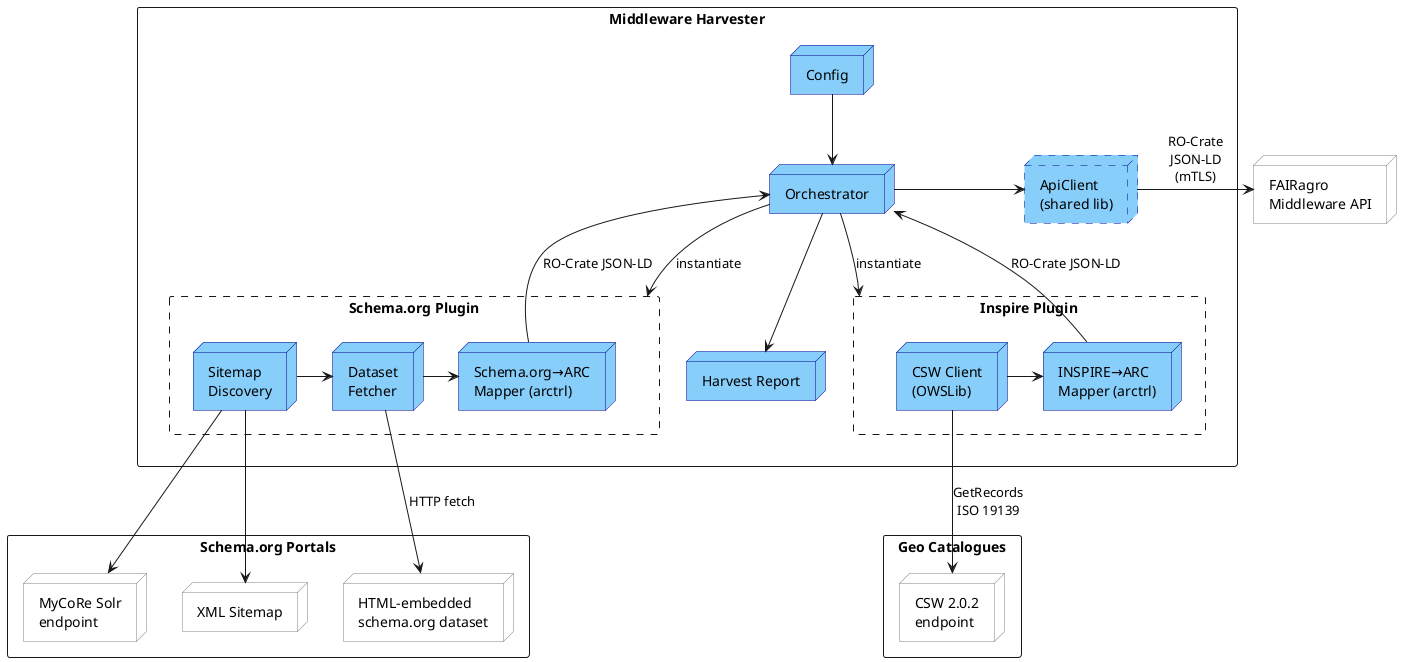
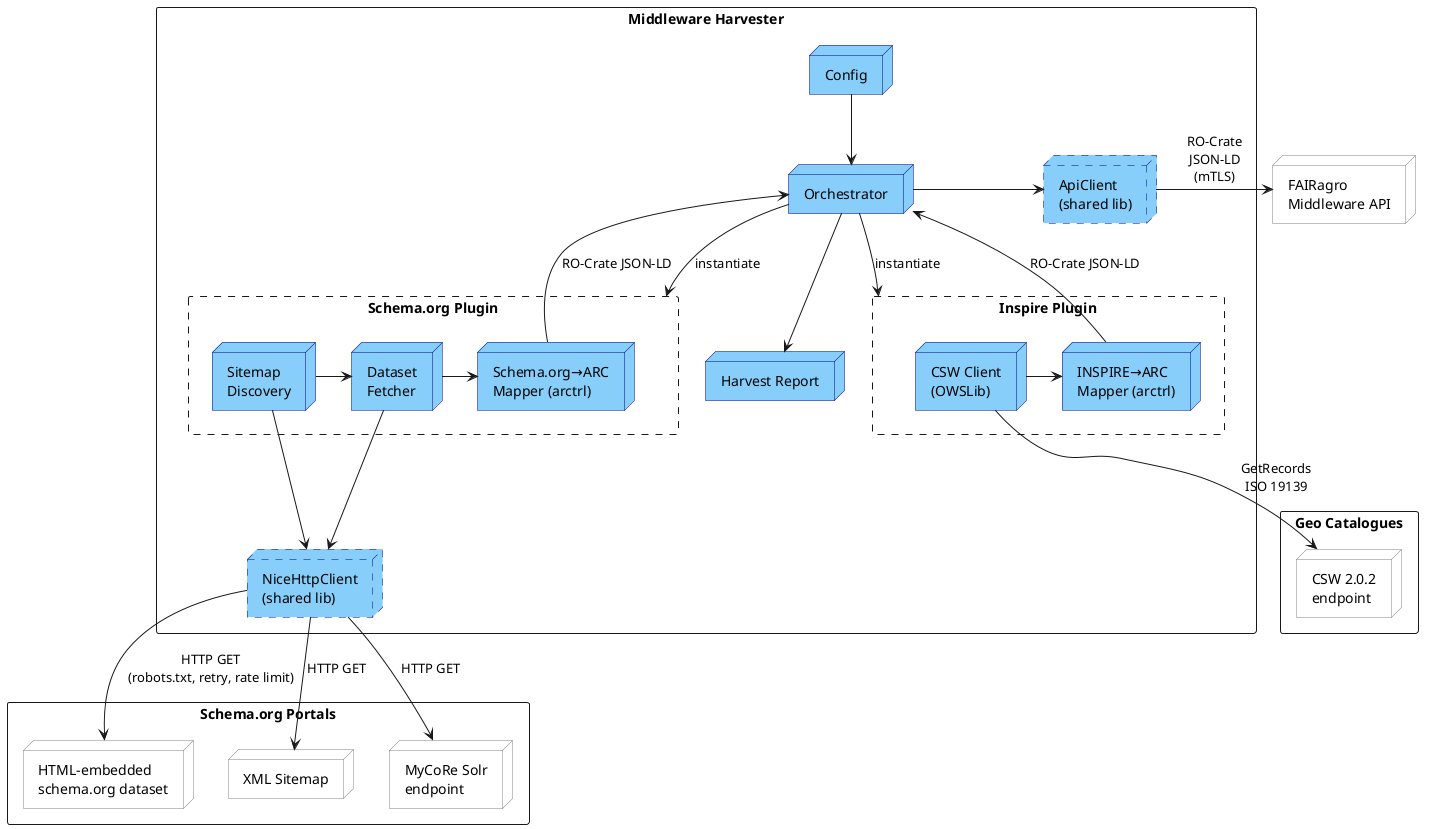
@startuml HarvesterArchitecture
skinparam packageStyle rectangle
skinparam rectangle<<dashedRect>> {
    BorderStyle dashed
}
skinparam node<<internal>> {
    BackgroundColor LightSkyBlue
    BorderColor DarkBlue
    FontColor Black
}
skinparam node<<internal-dashed>> {
    BackgroundColor LightSkyBlue
    BorderColor DarkBlue
    FontColor Black
    BorderStyle dashed
}
skinparam node<<external>> {
    BackgroundColor White
    BorderColor Gray
    FontColor Black
}
hide stereotype

package "Geo Catalogues" as geoCatalogues {
    node "CSW 2.0.2\nendpoint" as csw <<external>>
}

package "Schema.org Portals" as schemaPortals {
    node "XML Sitemap" as sitemap <<external>>
    node "MyCoRe Solr\nendpoint" as mycoreSolr <<external>>
    node "HTML-embedded\nschema.org dataset" as schemaOrgDataset <<external>>
}

package "Middleware Harvester" as harvesterPkg {
    node "Orchestrator" as orchestrator <<internal>>
    node "Config" as config <<internal>>
    node "ApiClient\n(shared lib)" as apiClient <<internal-dashed>>
+     node "NiceHttpClient\n(shared lib)" as niceHttp <<internal-dashed>>

    rectangle "Inspire Plugin" as inspirePlugin <<dashedRect>> {
        node "CSW Client\n(OWSLib)" as cswClient <<internal>>
        node "INSPIRE→ARC\nMapper (arctrl)" as inspireMapper <<internal>>
    }

    rectangle "Schema.org Plugin" as schemaOrgPlugin <<dashedRect>> {
        node "Sitemap\nDiscovery" as sitemapDiscovery <<internal>>
        node "Dataset\nFetcher" as datasetFetcher <<internal>>
        node "Schema.org→ARC\nMapper (arctrl)" as schemaMapper <<internal>>
    }

    node "Harvest Report" as report <<internal>>
}

node "FAIRagro\nMiddleware API" as api <<external>>

config -down-> orchestrator
orchestrator --> inspirePlugin : instantiate
orchestrator --> schemaOrgPlugin : instantiate
cswClient -down-> csw : GetRecords\nISO 19139
- sitemapDiscovery -down-> sitemap
- sitemapDiscovery -down-> mycoreSolr
- datasetFetcher -left-> schemaOrgDataset : HTTP fetch
+ sitemapDiscovery -down-> niceHttp
+ datasetFetcher -down-> niceHttp
+ niceHttp -down-> sitemap : HTTP GET
+ niceHttp -down-> mycoreSolr : HTTP GET
+ niceHttp -left-> schemaOrgDataset : HTTP GET\n(robots.txt, retry, rate limit)
cswClient -right-> inspireMapper
sitemapDiscovery -right-> datasetFetcher
datasetFetcher -right-> schemaMapper
inspireMapper -up-> orchestrator : RO-Crate JSON-LD
schemaMapper -up-> orchestrator : RO-Crate JSON-LD
orchestrator -right-> apiClient
apiClient -right-> api : RO-Crate\nJSON-LD\n(mTLS)
orchestrator -down-> report

@enduml
